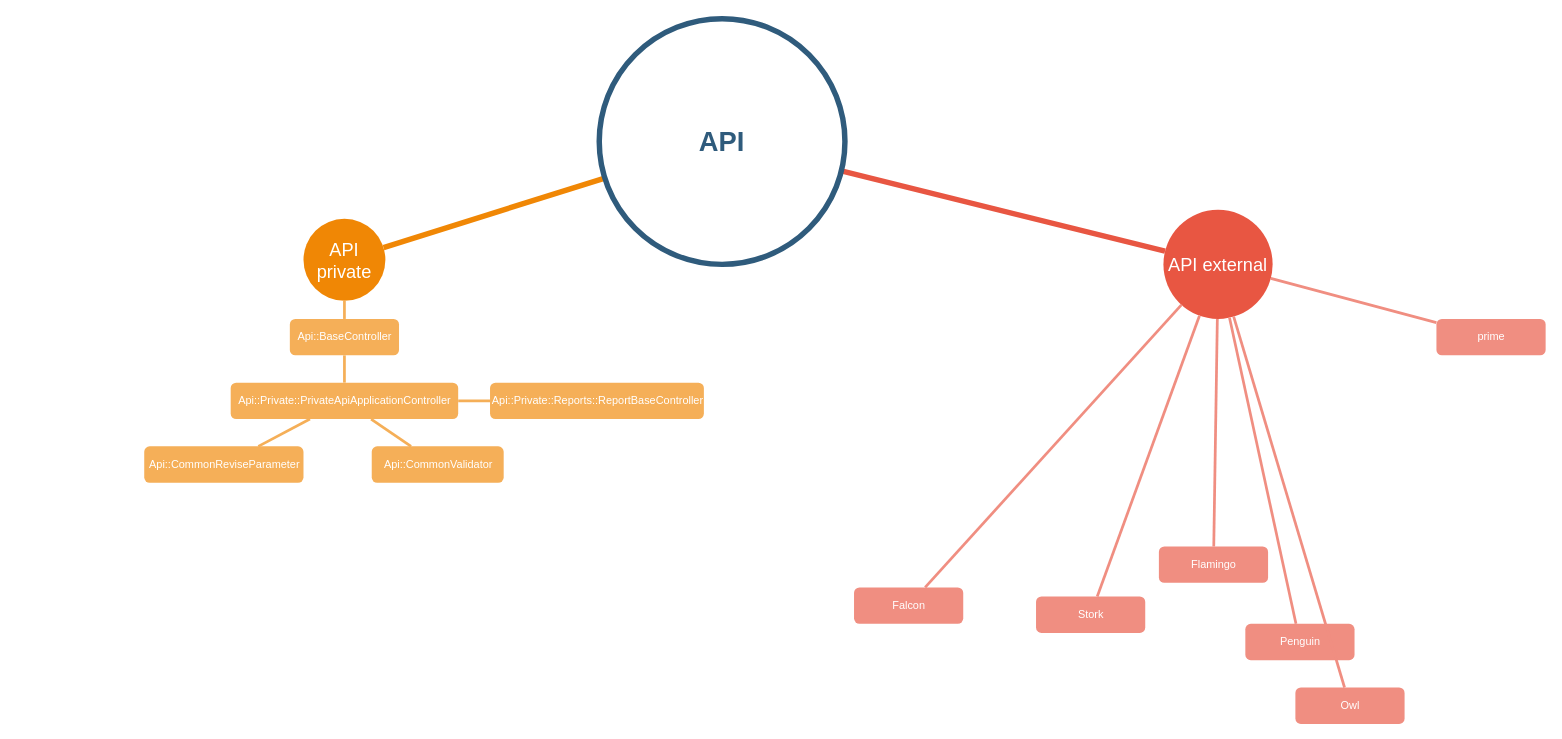
This is UML_drawer/API.drawio from namnguyen5902/UML_drawer, a draw.io file, before an edit. Source tidied: cells renumbered, new cells numbered last; positions are measured from the earlier drawing's top-left corner, leaving out a move shared by most shapes. Both pictures are drawn from the tidied source at 91%, with x=0, y=0 at pixel (144, 18).
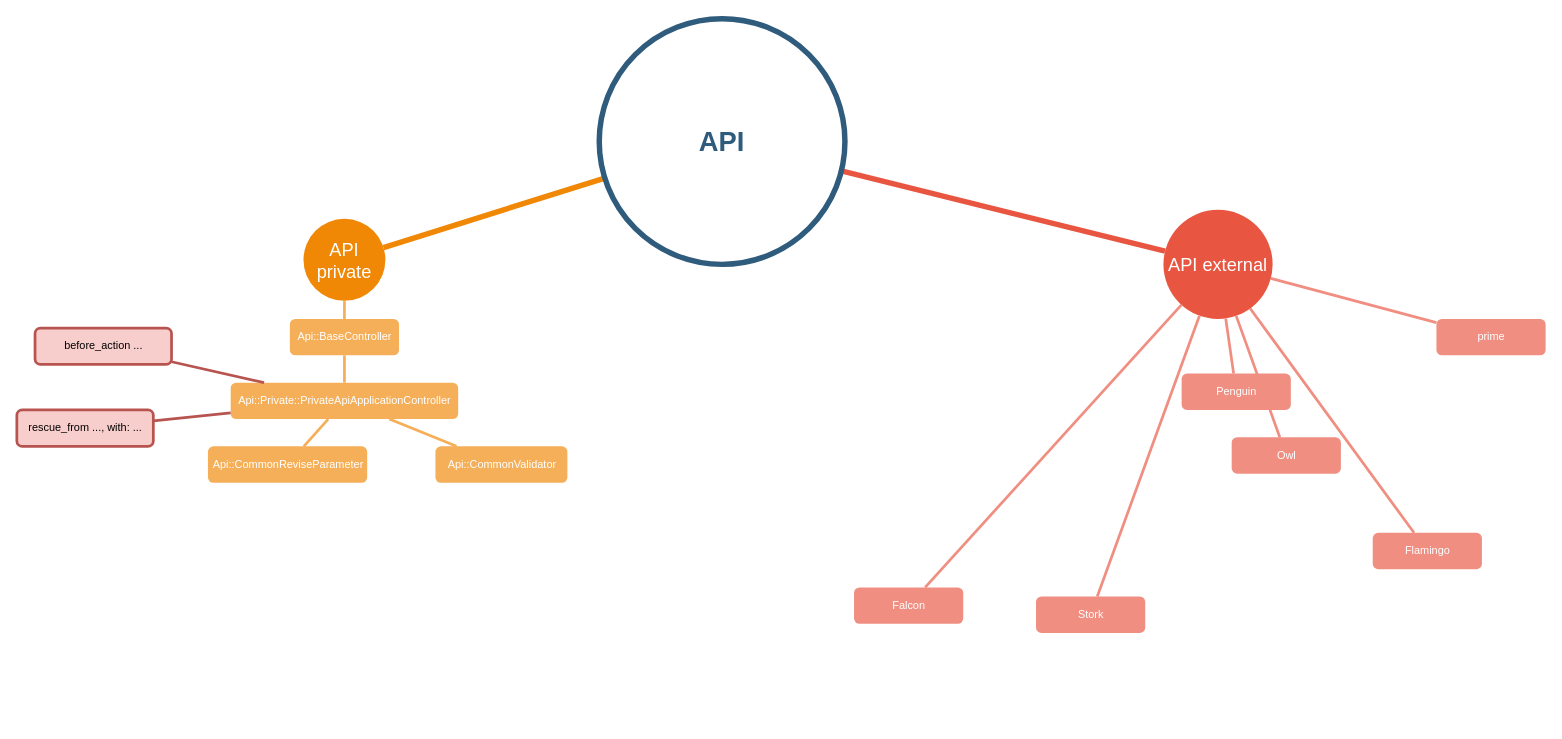
The same page after the edit.

Commit message:
DOne private API

The change refers to these unchanged cells:
```xml
<mxCell id="22" value="&lt;div&gt;Api::Private::PrivateApiApplicationController&lt;br&gt;&lt;/div&gt;" style="rounded=1;fillColor=#f5af58;strokeColor=none;strokeWidth=3;shadow=0;html=1;fontColor=#FFFFFF;" parent="1" vertex="1">
  <mxGeometry x="95" y="400" width="250" height="40" as="geometry" />
</mxCell>
```

Change to the diagram source:
```diff
@@
     <mxCell id="11" value="Flamingo" style="rounded=1;fillColor=#f08e81;strokeColor=none;strokeWidth=3;shadow=0;html=1;fontColor=#FFFFFF;" parent="1" vertex="1">
-      <mxGeometry x="1115" y="580" width="120" height="40" as="geometry" />
+      <mxGeometry x="1350" y="565" width="120" height="40" as="geometry" />
     </mxCell>
     <mxCell id="12" value="Penguin" style="rounded=1;fillColor=#f08e81;strokeColor=none;strokeWidth=3;shadow=0;html=1;fontColor=#FFFFFF;" parent="1" vertex="1">
-      <mxGeometry x="1210" y="665" width="120" height="40" as="geometry" />
+      <mxGeometry x="1140" y="390" width="120" height="40" as="geometry" />
     </mxCell>
     <mxCell id="13" value="Owl" style="rounded=1;fillColor=#f08e81;strokeColor=none;strokeWidth=3;shadow=0;html=1;fontColor=#FFFFFF;" parent="1" vertex="1">
-      <mxGeometry x="1265" y="735" width="120" height="40" as="geometry" />
+      <mxGeometry x="1195" y="460" width="120" height="40" as="geometry" />
     </mxCell>
@@
-    <mxCell id="24" value="&lt;div&gt;Api::Private::Reports::ReportBaseController&lt;br&gt;&lt;/div&gt;" style="rounded=1;fillColor=#f5af58;strokeColor=none;strokeWidth=3;shadow=0;html=1;fontColor=#FFFFFF;" parent="1" vertex="1">
-      <mxGeometry x="380" y="400" width="235" height="40" as="geometry" />
-    </mxCell>
-    <mxCell id="25" style="edgeStyle=none;endArrow=none;strokeWidth=3;strokeColor=#F5AF58;html=1;" parent="1" edge="1" source="22" target="24">
-      <mxGeometry x="3.5" y="21.5" as="geometry" />
-    </mxCell>
     <mxCell id="26" value="&lt;div&gt;Api::CommonReviseParameter&lt;br&gt;&lt;/div&gt;" style="rounded=1;fillColor=#f5af58;strokeColor=none;strokeWidth=3;shadow=0;html=1;fontColor=#FFFFFF;" parent="1" vertex="1">
-      <mxGeometry y="470" width="175" height="40" as="geometry" />
+      <mxGeometry x="70" y="470" width="175" height="40" as="geometry" />
     </mxCell>
@@
     <mxCell id="28" value="&lt;div&gt;Api::CommonValidator&lt;br&gt;&lt;/div&gt;" style="rounded=1;fillColor=#f5af58;strokeColor=none;strokeWidth=3;shadow=0;html=1;fontColor=#FFFFFF;" parent="1" vertex="1">
-      <mxGeometry x="250" y="470" width="145" height="40" as="geometry" />
+      <mxGeometry x="320" y="470" width="145" height="40" as="geometry" />
     </mxCell>
@@
+    <mxCell id="30" value="&lt;div&gt;rescue_from ..., with: ...&lt;br&gt;&lt;/div&gt;" style="rounded=1;fillColor=#f8cecc;strokeColor=#b85450;strokeWidth=3;shadow=0;html=1;" parent="1" vertex="1">
+      <mxGeometry x="-140" y="430" width="150" height="40" as="geometry" />
+    </mxCell>
+    <mxCell id="31" style="edgeStyle=none;endArrow=none;strokeWidth=3;strokeColor=#b85450;html=1;fillColor=#f8cecc;" parent="1" edge="1" source="22" target="30">
+      <mxGeometry x="3.5" y="21.5" as="geometry" />
+    </mxCell>
+    <mxCell id="32" value="&lt;div&gt;before_action ...&lt;br&gt;&lt;/div&gt;" style="rounded=1;fillColor=#f8cecc;strokeColor=#b85450;strokeWidth=3;shadow=0;html=1;" parent="1" vertex="1">
+      <mxGeometry x="-120" y="340" width="150" height="40" as="geometry" />
+    </mxCell>
+    <mxCell id="33" style="edgeStyle=none;endArrow=none;strokeWidth=3;strokeColor=#b85450;html=1;fillColor=#f8cecc;" parent="1" edge="1" source="22" target="32">
+      <mxGeometry x="3.5" y="21.5" as="geometry" />
+    </mxCell>
```
